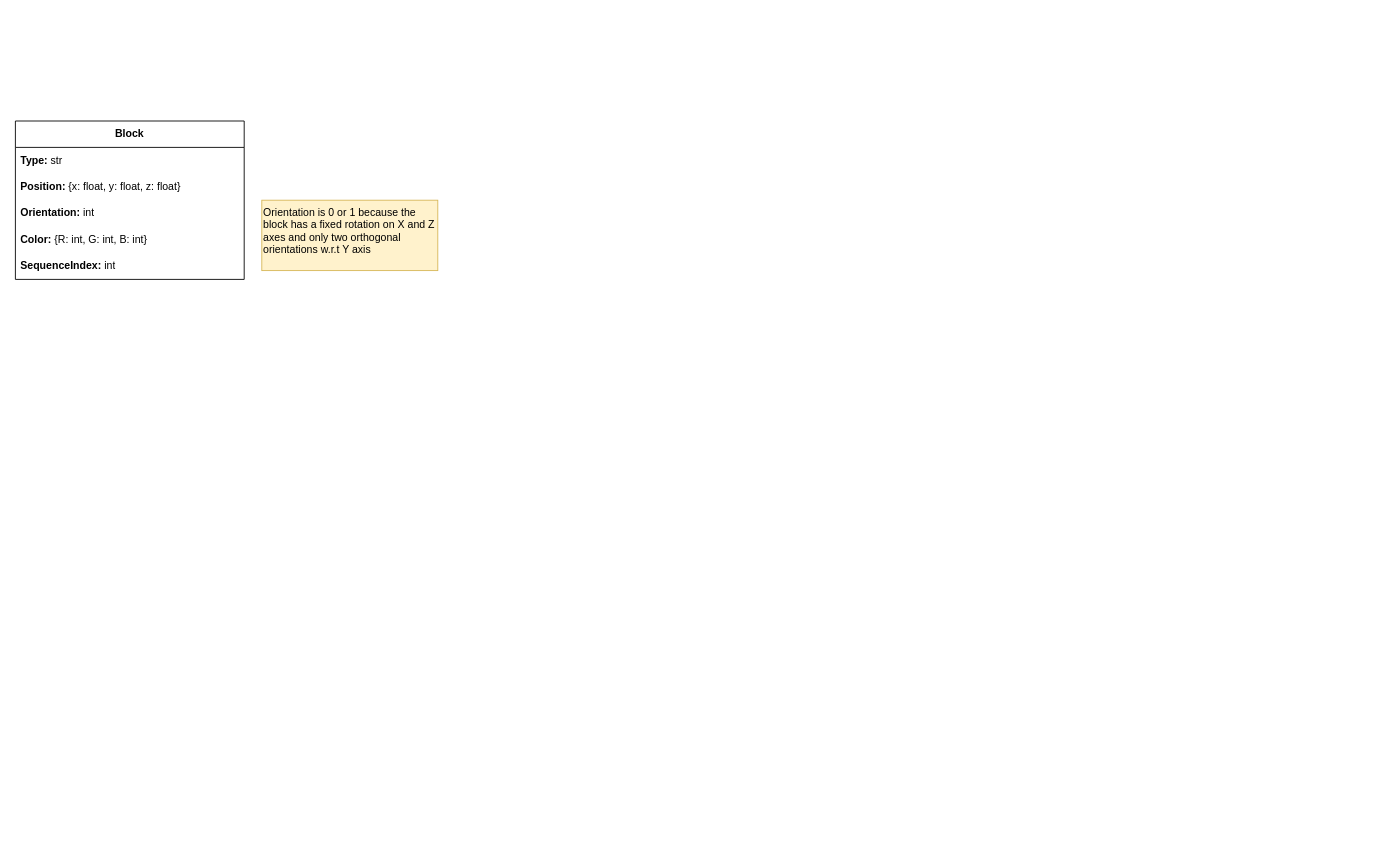
The draw.io diagram page "Block Environment" (1 of 3) of block-environment/classes_flow.drawio in holistudio/project-spaceship, before the edit. Source tidied: cells renumbered, new cells numbered last; positions are measured from the earlier drawing's top-left corner, leaving out a move shared by most shapes. Both pictures are drawn from the tidied source at 88%, with x=0, y=0 at pixel (15, 121).
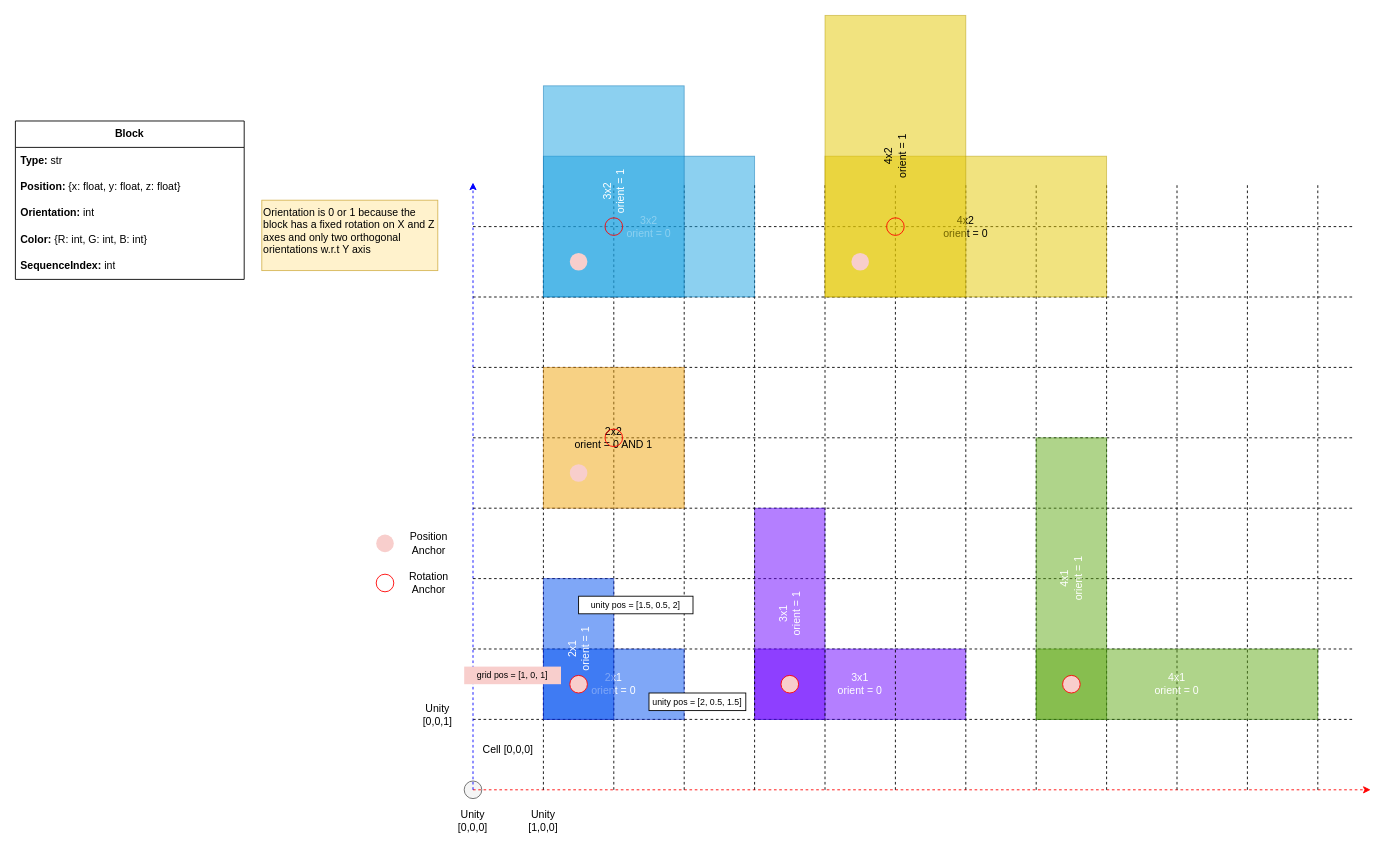
Above is the later version.

Commit message:
define block position and orientation anchors in both Unity and tensor grid

Diff of the diagram source:
```diff
@@
+    <mxCell id="9" style="ellipse;whiteSpace=wrap;html=1;fillColor=#f5f5f5;fontColor=#333333;strokeColor=#666666;" parent="1" vertex="1">
+      <mxGeometry x="510" y="750" width="20" height="20" as="geometry" />
+    </mxCell>
@@
+    <mxCell id="10" style="endArrow=none;dashed=1;html=1;rounded=0;" parent="1" edge="1">
+      <mxGeometry relative="1" as="geometry">
+        <mxPoint x="520" y="680" as="sourcePoint" />
+        <mxPoint x="1520" y="680" as="targetPoint" />
+      </mxGeometry>
+    </mxCell>
+    <mxCell id="11" style="endArrow=classic;dashed=1;html=1;rounded=0;endFill=1;strokeColor=#FF0000;" parent="1" edge="1">
+      <mxGeometry relative="1" as="geometry">
+        <mxPoint x="520" y="760" as="sourcePoint" />
+        <mxPoint x="1540" y="760" as="targetPoint" />
+      </mxGeometry>
+    </mxCell>
+    <mxCell id="12" style="endArrow=classic;dashed=1;html=1;rounded=0;startArrow=none;strokeColor=#0000FF;endFill=1;" parent="1" edge="1">
+      <mxGeometry relative="1" as="geometry">
+        <mxPoint x="520" y="760" as="sourcePoint" />
+        <mxPoint x="520" y="70" as="targetPoint" />
+      </mxGeometry>
+    </mxCell>
+    <mxCell id="13" style="endArrow=none;dashed=1;html=1;rounded=0;" parent="1" edge="1">
+      <mxGeometry relative="1" as="geometry">
+        <mxPoint x="600" y="760" as="sourcePoint" />
+        <mxPoint x="600" y="70" as="targetPoint" />
+      </mxGeometry>
+    </mxCell>
+    <mxCell id="14" style="endArrow=none;dashed=1;html=1;rounded=0;" parent="1" edge="1">
+      <mxGeometry relative="1" as="geometry">
+        <mxPoint x="680" y="760" as="sourcePoint" />
+        <mxPoint x="680" y="70" as="targetPoint" />
+      </mxGeometry>
+    </mxCell>
+    <mxCell id="15" style="endArrow=none;dashed=1;html=1;rounded=0;" parent="1" edge="1">
+      <mxGeometry relative="1" as="geometry">
+        <mxPoint x="520" y="600" as="sourcePoint" />
+        <mxPoint x="1520" y="600" as="targetPoint" />
+      </mxGeometry>
+    </mxCell>
+    <mxCell id="16" style="endArrow=none;dashed=1;html=1;rounded=0;" parent="1" edge="1">
+      <mxGeometry relative="1" as="geometry">
+        <mxPoint x="520" y="520" as="sourcePoint" />
+        <mxPoint x="1520" y="520" as="targetPoint" />
+      </mxGeometry>
+    </mxCell>
+    <mxCell id="17" style="endArrow=none;dashed=1;html=1;rounded=0;" parent="1" edge="1">
+      <mxGeometry relative="1" as="geometry">
+        <mxPoint x="520" y="440" as="sourcePoint" />
+        <mxPoint x="1520" y="440" as="targetPoint" />
+      </mxGeometry>
+    </mxCell>
+    <mxCell id="18" style="endArrow=none;dashed=1;html=1;rounded=0;" parent="1" edge="1">
+      <mxGeometry relative="1" as="geometry">
+        <mxPoint x="760" y="760" as="sourcePoint" />
+        <mxPoint x="760" y="70" as="targetPoint" />
+      </mxGeometry>
+    </mxCell>
+    <mxCell id="19" value="2x1&lt;br&gt;orient = 0" style="whiteSpace=wrap;html=1;fillColor=#0050ef;fontColor=#ffffff;strokeColor=#001DBC;opacity=50;" parent="1" vertex="1">
+      <mxGeometry x="600" y="600" width="160" height="80" as="geometry" />
+    </mxCell>
+    <mxCell id="20" value="Cell [0,0,0]" style="text;html=1;strokeColor=none;fillColor=none;align=center;verticalAlign=middle;whiteSpace=wrap;rounded=0;" parent="1" vertex="1">
+      <mxGeometry x="530" y="700" width="60" height="30" as="geometry" />
+    </mxCell>
+    <mxCell id="21" style="ellipse;whiteSpace=wrap;html=1;fillColor=none;strokeColor=#FF0000;" parent="1" vertex="1">
+      <mxGeometry x="410" y="515" width="20" height="20" as="geometry" />
+    </mxCell>
+    <mxCell id="22" value="Rotation Anchor" style="text;html=1;strokeColor=none;fillColor=none;align=center;verticalAlign=middle;whiteSpace=wrap;rounded=0;" parent="1" vertex="1">
+      <mxGeometry x="440" y="510" width="60" height="30" as="geometry" />
+    </mxCell>
+    <mxCell id="23" value="2x1&lt;br&gt;orient = 1" style="whiteSpace=wrap;html=1;fillColor=#0050ef;fontColor=#ffffff;strokeColor=#001DBC;opacity=50;rotation=-90;" parent="1" vertex="1">
+      <mxGeometry x="560" y="560" width="160" height="80" as="geometry" />
+    </mxCell>
+    <mxCell id="24" style="ellipse;whiteSpace=wrap;html=1;fillColor=#f8cecc;strokeColor=#FF0000;" parent="1" vertex="1">
+      <mxGeometry x="630" y="630" width="20" height="20" as="geometry" />
+    </mxCell>
+    <mxCell id="25" value="Unity [0,0,0]" style="text;html=1;strokeColor=none;fillColor=none;align=center;verticalAlign=middle;whiteSpace=wrap;rounded=0;" parent="1" vertex="1">
+      <mxGeometry x="490" y="780" width="60" height="30" as="geometry" />
+    </mxCell>
+    <mxCell id="26" style="endArrow=none;dashed=1;html=1;rounded=0;" parent="1" edge="1">
+      <mxGeometry relative="1" as="geometry">
+        <mxPoint x="520" y="760" as="sourcePoint" />
+        <mxPoint x="520" y="760" as="targetPoint" />
+      </mxGeometry>
+    </mxCell>
+    <mxCell id="27" value="Unity [1,0,0]" style="text;html=1;strokeColor=none;fillColor=none;align=center;verticalAlign=middle;whiteSpace=wrap;rounded=0;" parent="1" vertex="1">
+      <mxGeometry x="570" y="780" width="60" height="30" as="geometry" />
+    </mxCell>
+    <mxCell id="28" value="unity pos = [2, 0.5, 1.5]" style="rounded=0;whiteSpace=wrap;html=1;fontSize=10;" parent="1" vertex="1">
+      <mxGeometry x="720" y="650" width="110" height="20" as="geometry" />
+    </mxCell>
+    <mxCell id="29" value="unity pos = [1.5, 0.5, 2]" style="rounded=0;whiteSpace=wrap;html=1;fontSize=10;" parent="1" vertex="1">
+      <mxGeometry x="640" y="540" width="130" height="20" as="geometry" />
+    </mxCell>
+    <mxCell id="30" value="Unity [0,0,1]" style="text;html=1;strokeColor=none;fillColor=none;align=center;verticalAlign=middle;whiteSpace=wrap;rounded=0;" parent="1" vertex="1">
+      <mxGeometry x="450" y="660" width="60" height="30" as="geometry" />
+    </mxCell>
+    <mxCell id="31" value="grid pos = [1, 0, 1]" style="rounded=0;whiteSpace=wrap;html=1;fontSize=10;fillColor=#f8cecc;strokeColor=none;" parent="1" vertex="1">
+      <mxGeometry x="510" y="620" width="110" height="20" as="geometry" />
+    </mxCell>
+    <mxCell id="32" value="3x1&lt;br&gt;orient = 0" style="whiteSpace=wrap;html=1;fillColor=#6a00ff;fontColor=#ffffff;strokeColor=#3700CC;opacity=50;" parent="1" vertex="1">
+      <mxGeometry x="840" y="600" width="240" height="80" as="geometry" />
+    </mxCell>
+    <mxCell id="33" value="3x1&lt;br&gt;orient = 1" style="whiteSpace=wrap;html=1;fillColor=#6a00ff;fontColor=#ffffff;strokeColor=#3700CC;opacity=50;rotation=-90;" parent="1" vertex="1">
+      <mxGeometry x="760" y="520" width="240" height="80" as="geometry" />
+    </mxCell>
+    <mxCell id="34" style="ellipse;whiteSpace=wrap;html=1;fillColor=#f8cecc;strokeColor=#FF0000;" parent="1" vertex="1">
+      <mxGeometry x="870" y="630" width="20" height="20" as="geometry" />
+    </mxCell>
+    <mxCell id="35" style="endArrow=none;dashed=1;html=1;rounded=0;" parent="1" edge="1">
+      <mxGeometry relative="1" as="geometry">
+        <mxPoint x="840" y="760" as="sourcePoint" />
+        <mxPoint x="840" y="70" as="targetPoint" />
+      </mxGeometry>
+    </mxCell>
+    <mxCell id="36" style="endArrow=none;dashed=1;html=1;rounded=0;" parent="1" edge="1">
+      <mxGeometry relative="1" as="geometry">
+        <mxPoint x="920" y="760" as="sourcePoint" />
+        <mxPoint x="920" y="70" as="targetPoint" />
+      </mxGeometry>
+    </mxCell>
+    <mxCell id="37" style="endArrow=none;dashed=1;html=1;rounded=0;" parent="1" edge="1">
+      <mxGeometry relative="1" as="geometry">
+        <mxPoint x="1000" y="760" as="sourcePoint" />
+        <mxPoint x="1000" y="70" as="targetPoint" />
+      </mxGeometry>
+    </mxCell>
+    <mxCell id="38" style="endArrow=none;dashed=1;html=1;rounded=0;" parent="1" edge="1">
+      <mxGeometry relative="1" as="geometry">
+        <mxPoint x="1080" y="760" as="sourcePoint" />
+        <mxPoint x="1080" y="70" as="targetPoint" />
+      </mxGeometry>
+    </mxCell>
+    <mxCell id="39" style="endArrow=none;dashed=1;html=1;rounded=0;" parent="1" edge="1">
+      <mxGeometry relative="1" as="geometry">
+        <mxPoint x="1160" y="760" as="sourcePoint" />
+        <mxPoint x="1160" y="70" as="targetPoint" />
+      </mxGeometry>
+    </mxCell>
+    <mxCell id="40" style="endArrow=none;dashed=1;html=1;rounded=0;" parent="1" edge="1">
+      <mxGeometry relative="1" as="geometry">
+        <mxPoint x="1240" y="760" as="sourcePoint" />
+        <mxPoint x="1240" y="70" as="targetPoint" />
+      </mxGeometry>
+    </mxCell>
+    <mxCell id="41" style="endArrow=none;dashed=1;html=1;rounded=0;" parent="1" edge="1">
+      <mxGeometry relative="1" as="geometry">
+        <mxPoint x="1320" y="760" as="sourcePoint" />
+        <mxPoint x="1320" y="70" as="targetPoint" />
+      </mxGeometry>
+    </mxCell>
+    <mxCell id="42" style="endArrow=none;dashed=1;html=1;rounded=0;" parent="1" edge="1">
+      <mxGeometry relative="1" as="geometry">
+        <mxPoint x="1400" y="760" as="sourcePoint" />
+        <mxPoint x="1400" y="70" as="targetPoint" />
+      </mxGeometry>
+    </mxCell>
+    <mxCell id="43" style="endArrow=none;dashed=1;html=1;rounded=0;" parent="1" edge="1">
+      <mxGeometry relative="1" as="geometry">
+        <mxPoint x="1480" y="760" as="sourcePoint" />
+        <mxPoint x="1480" y="70" as="targetPoint" />
+      </mxGeometry>
+    </mxCell>
+    <mxCell id="44" style="endArrow=none;dashed=1;html=1;rounded=0;" parent="1" edge="1">
+      <mxGeometry relative="1" as="geometry">
+        <mxPoint x="520" y="360" as="sourcePoint" />
+        <mxPoint x="1520" y="360" as="targetPoint" />
+      </mxGeometry>
+    </mxCell>
+    <mxCell id="45" style="endArrow=none;dashed=1;html=1;rounded=0;" parent="1" edge="1">
+      <mxGeometry relative="1" as="geometry">
+        <mxPoint x="520" y="280" as="sourcePoint" />
+        <mxPoint x="1520" y="280" as="targetPoint" />
+      </mxGeometry>
+    </mxCell>
+    <mxCell id="46" style="endArrow=none;dashed=1;html=1;rounded=0;" parent="1" edge="1">
+      <mxGeometry relative="1" as="geometry">
+        <mxPoint x="520" y="200" as="sourcePoint" />
+        <mxPoint x="1520" y="200" as="targetPoint" />
+      </mxGeometry>
+    </mxCell>
+    <mxCell id="47" style="endArrow=none;dashed=1;html=1;rounded=0;" parent="1" edge="1">
+      <mxGeometry relative="1" as="geometry">
+        <mxPoint x="520" y="120" as="sourcePoint" />
+        <mxPoint x="1520" y="120" as="targetPoint" />
+      </mxGeometry>
+    </mxCell>
+    <mxCell id="48" value="4x1&lt;br&gt;orient = 0" style="whiteSpace=wrap;html=1;fillColor=#60a917;fontColor=#ffffff;strokeColor=#2D7600;opacity=50;" parent="1" vertex="1">
+      <mxGeometry x="1160" y="600" width="320" height="80" as="geometry" />
+    </mxCell>
+    <mxCell id="49" value="4x1&lt;br&gt;orient = 1" style="whiteSpace=wrap;html=1;fillColor=#60a917;fontColor=#ffffff;strokeColor=#2D7600;opacity=50;rotation=-90;" parent="1" vertex="1">
+      <mxGeometry x="1040" y="480" width="320" height="80" as="geometry" />
+    </mxCell>
+    <mxCell id="50" style="ellipse;whiteSpace=wrap;html=1;fillColor=#f8cecc;strokeColor=#FF0000;" parent="1" vertex="1">
+      <mxGeometry x="1190" y="630" width="20" height="20" as="geometry" />
+    </mxCell>
+    <mxCell id="51" value="2x2&lt;br&gt;orient = 0 AND 1" style="whiteSpace=wrap;html=1;fillColor=#f0a30a;fontColor=#000000;strokeColor=#BD7000;opacity=50;" parent="1" vertex="1">
+      <mxGeometry x="600" y="280" width="160" height="160" as="geometry" />
+    </mxCell>
+    <mxCell id="52" style="ellipse;whiteSpace=wrap;html=1;fillColor=#f8cecc;strokeColor=none;" parent="1" vertex="1">
+      <mxGeometry x="410" y="470" width="20" height="20" as="geometry" />
+    </mxCell>
+    <mxCell id="53" value="Position Anchor" style="text;html=1;strokeColor=none;fillColor=none;align=center;verticalAlign=middle;whiteSpace=wrap;rounded=0;" parent="1" vertex="1">
+      <mxGeometry x="440" y="465" width="60" height="30" as="geometry" />
+    </mxCell>
+    <mxCell id="54" style="ellipse;whiteSpace=wrap;html=1;fillColor=#f8cecc;strokeColor=none;" parent="1" vertex="1">
+      <mxGeometry x="630" y="390" width="20" height="20" as="geometry" />
+    </mxCell>
+    <mxCell id="55" style="ellipse;whiteSpace=wrap;html=1;fillColor=none;strokeColor=#FF0000;" parent="1" vertex="1">
+      <mxGeometry x="670" y="350" width="20" height="20" as="geometry" />
+    </mxCell>
+    <mxCell id="56" value="3x2&lt;br&gt;orient = 0" style="whiteSpace=wrap;html=1;fillColor=#1ba1e2;fontColor=#ffffff;strokeColor=#006EAF;opacity=50;" parent="1" vertex="1">
+      <mxGeometry x="600" y="40" width="240" height="160" as="geometry" />
+    </mxCell>
+    <mxCell id="57" value="3x2&lt;br&gt;orient = 1" style="whiteSpace=wrap;html=1;fillColor=#1ba1e2;fontColor=#ffffff;strokeColor=#006EAF;opacity=50;rotation=-90;" parent="1" vertex="1">
+      <mxGeometry x="560" width="240" height="160" as="geometry" />
+    </mxCell>
+    <mxCell id="58" style="ellipse;whiteSpace=wrap;html=1;fillColor=#f8cecc;strokeColor=none;" parent="1" vertex="1">
+      <mxGeometry x="630" y="150" width="20" height="20" as="geometry" />
+    </mxCell>
+    <mxCell id="59" style="ellipse;whiteSpace=wrap;html=1;fillColor=none;strokeColor=#FF0000;" parent="1" vertex="1">
+      <mxGeometry x="670" y="110" width="20" height="20" as="geometry" />
+    </mxCell>
+    <mxCell id="60" value="4x2&lt;br&gt;orient = 0" style="whiteSpace=wrap;html=1;fillColor=#e3c800;fontColor=#000000;strokeColor=#B09500;opacity=50;" parent="1" vertex="1">
+      <mxGeometry x="920" y="40" width="320" height="160" as="geometry" />
+    </mxCell>
+    <mxCell id="61" value="4x2&lt;br&gt;orient = 1" style="whiteSpace=wrap;html=1;fillColor=#e3c800;fontColor=#000000;strokeColor=#B09500;opacity=50;rotation=-90;" parent="1" vertex="1">
+      <mxGeometry x="840" y="-40" width="320" height="160" as="geometry" />
+    </mxCell>
+    <mxCell id="62" style="ellipse;whiteSpace=wrap;html=1;fillColor=#f8cecc;strokeColor=none;" parent="1" vertex="1">
+      <mxGeometry x="950" y="150" width="20" height="20" as="geometry" />
+    </mxCell>
+    <mxCell id="63" style="ellipse;whiteSpace=wrap;html=1;fillColor=none;strokeColor=#FF0000;" parent="1" vertex="1">
+      <mxGeometry x="990" y="110" width="20" height="20" as="geometry" />
+    </mxCell>
```
